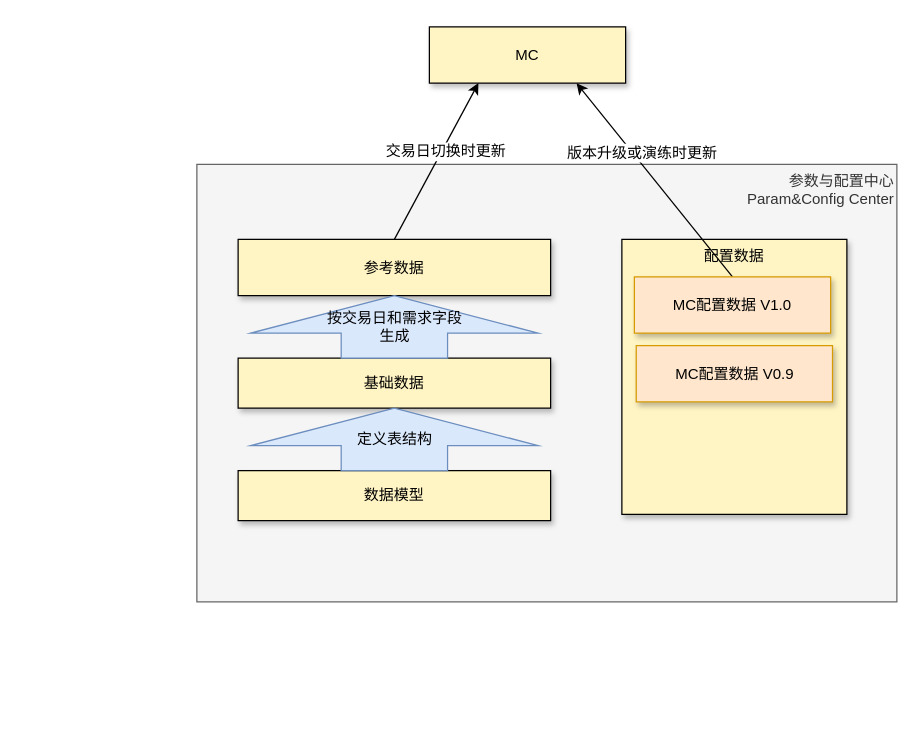
Above: page "Param Center-1" (7 of 8) of 交易系统升级流图 (2).drawio in gotrade/gotrade (draw.io), before the change. Source tidied: cells renumbered, new cells numbered last; positions are measured from the earlier drawing's top-left corner, leaving out a move shared by most shapes. Both pictures are drawn from the tidied source at 125%, with x=0, y=0 at pixel (196, 26).
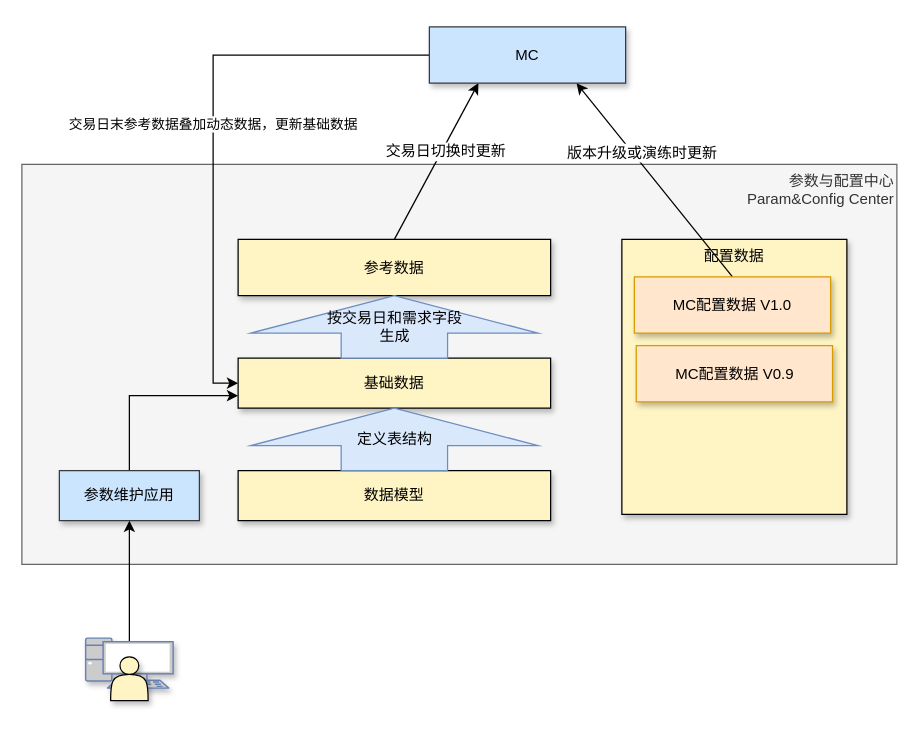
Above is the later version.

The change refers to these unchanged cells:
```xml
<mxCell id="4" value="基础数据" style="rounded=0;whiteSpace=wrap;html=1;shadow=1;fillColor=#FFF4C3;" parent="1" vertex="1">
  <mxGeometry x="33" y="265" width="250" height="40" as="geometry" />
</mxCell>
```

Change to the diagram source:
```diff
@@
     <mxCell id="2" value="参数与配置中心&lt;br&gt;Param&amp;amp;Config Center" style="rounded=0;whiteSpace=wrap;html=1;fillColor=#f5f5f5;verticalAlign=top;strokeColor=#666666;fontColor=#333333;align=right;" parent="1" vertex="1">
-      <mxGeometry y="110" width="560" height="350" as="geometry" />
+      <mxGeometry x="-140" y="110" width="700" height="320" as="geometry" />
     </mxCell>
@@
+    <mxCell id="16" value="交易日末参考数据叠加动态数据，更新基础数据" style="edgeStyle=orthogonalEdgeStyle;rounded=0;jettySize=auto;html=1;exitX=0;exitY=0.5;exitDx=0;exitDy=0;entryX=0;entryY=0.5;entryDx=0;entryDy=0;endArrow=classic;endFill=1;" parent="1" edge="1" source="15" target="4">
+      <mxGeometry relative="1" as="geometry" />
+    </mxCell>
-    <mxCell id="15" value="MC" style="rounded=0;whiteSpace=wrap;html=1;shadow=1;fillColor=#FFF4C3;verticalAlign=middle;" parent="1" vertex="1">
+    <mxCell id="15" value="MC" style="rounded=0;whiteSpace=wrap;html=1;shadow=1;fillColor=#cce5ff;verticalAlign=middle;strokeColor=#36393d;" parent="1" vertex="1">
       <mxGeometry x="186" width="157" height="45" as="geometry" />
     </mxCell>
+    <mxCell id="17" style="edgeStyle=orthogonalEdgeStyle;rounded=0;jettySize=auto;html=1;entryX=0;entryY=0.75;entryDx=0;entryDy=0;endArrow=classic;endFill=1;exitX=0.5;exitY=0;exitDx=0;exitDy=0;" parent="1" edge="1" source="18" target="4">
+      <mxGeometry relative="1" as="geometry" />
+    </mxCell>
+    <mxCell id="18" value="参数维护应用" style="rounded=0;whiteSpace=wrap;html=1;shadow=1;fillColor=#cce5ff;strokeColor=#36393d;" parent="1" vertex="1">
+      <mxGeometry x="-110" y="355" width="112" height="40" as="geometry" />
+    </mxCell>
+    <mxCell id="19" style="edgeStyle=orthogonalEdgeStyle;rounded=0;jettySize=auto;html=1;exitX=0.5;exitY=0.07;exitDx=0;exitDy=0;exitPerimeter=0;entryX=0.5;entryY=1;entryDx=0;entryDy=0;endArrow=classic;endFill=1;" parent="1" edge="1" source="20" target="18">
+      <mxGeometry relative="1" as="geometry" />
+    </mxCell>
+    <mxCell id="20" style="fontColor=#0066CC;verticalAlign=top;verticalLabelPosition=bottom;labelPosition=center;align=center;html=1;outlineConnect=0;fillColor=#CCCCCC;strokeColor=#6881B3;gradientColor=none;gradientDirection=north;strokeWidth=2;shape=mxgraph.networks.pc;shadow=1;" parent="1" vertex="1">
+      <mxGeometry x="-89" y="489" width="70" height="40" as="geometry" />
+    </mxCell>
+    <mxCell id="21" style="shape=actor;whiteSpace=wrap;html=1;shadow=1;fillColor=#FFF4C3;align=center;" parent="1" vertex="1">
+      <mxGeometry x="-69" y="504" width="30" height="35" as="geometry" />
+    </mxCell>
```
